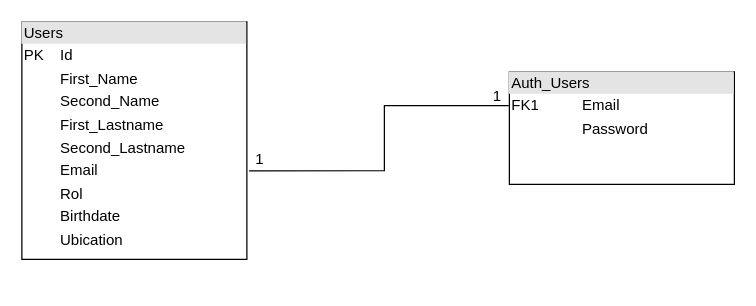
Earlier version of the draw.io diagram Base de datos/Relacional_Auth_Users.drawio (moises-ph/Nodens-documentacion). Source tidied: cells renumbered, new cells numbered last; positions are measured from the earlier drawing's top-left corner, leaving out a move shared by most shapes. Both pictures are drawn from the tidied source at 125%, with x=0, y=0 at pixel (21, 21).
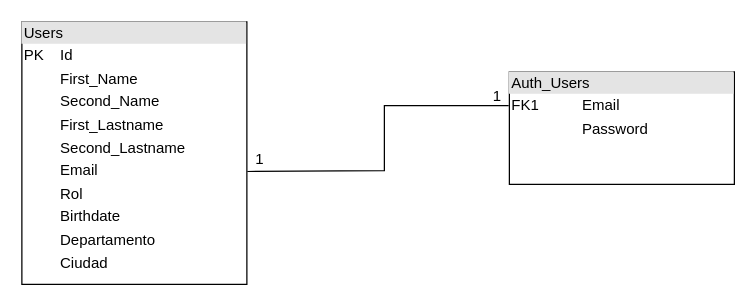
After the change.

Diff of the diagram source:
```diff
@@
 <mxGraphModel>
   <root>
     <mxCell id="0" />
     <mxCell id="1" parent="0" />
-    <mxCell id="2" value="&lt;div style=&quot;box-sizing:border-box;width:100%;background:#e4e4e4;padding:2px;&quot;&gt;Users&lt;/div&gt;&lt;table style=&quot;width:100%;font-size:1em;&quot; cellpadding=&quot;2&quot; cellspacing=&quot;0&quot;&gt;&lt;tbody&gt;&lt;tr&gt;&lt;td&gt;PK&lt;/td&gt;&lt;td&gt;Id&lt;/td&gt;&lt;/tr&gt;&lt;tr&gt;&lt;td&gt;&lt;br&gt;&lt;/td&gt;&lt;td&gt;First_Name&lt;/td&gt;&lt;/tr&gt;&lt;tr&gt;&lt;td&gt;&lt;/td&gt;&lt;td&gt;Second_Name&lt;br&gt;&lt;/td&gt;&lt;/tr&gt;&lt;tr&gt;&lt;td&gt;&lt;br&gt;&lt;/td&gt;&lt;td&gt;First_Lastname&lt;br&gt;&lt;/td&gt;&lt;/tr&gt;&lt;tr&gt;&lt;td&gt;&lt;br&gt;&lt;/td&gt;&lt;td&gt;Second_Lastname&lt;/td&gt;&lt;/tr&gt;&lt;tr&gt;&lt;td&gt;&lt;br&gt;&lt;/td&gt;&lt;td&gt;Email&lt;/td&gt;&lt;/tr&gt;&lt;tr&gt;&lt;td&gt;&lt;br&gt;&lt;/td&gt;&lt;td&gt;Rol&lt;/td&gt;&lt;/tr&gt;&lt;tr&gt;&lt;td&gt;&lt;br&gt;&lt;/td&gt;&lt;td&gt;Birthdate&lt;/td&gt;&lt;/tr&gt;&lt;tr&gt;&lt;td&gt;&lt;br&gt;&lt;/td&gt;&lt;td&gt;Ubication&lt;/td&gt;&lt;/tr&gt;&lt;/tbody&gt;&lt;/table&gt;" style="verticalAlign=top;align=left;overflow=fill;html=1;" parent="1" vertex="1">
-      <mxGeometry width="180" height="190" as="geometry" />
+    <mxCell id="2" value="&lt;div style=&quot;box-sizing:border-box;width:100%;background:#e4e4e4;padding:2px;&quot;&gt;Users&lt;/div&gt;&lt;table style=&quot;width:100%;font-size:1em;&quot; cellpadding=&quot;2&quot; cellspacing=&quot;0&quot;&gt;&lt;tbody&gt;&lt;tr&gt;&lt;td&gt;PK&lt;/td&gt;&lt;td&gt;Id&lt;/td&gt;&lt;/tr&gt;&lt;tr&gt;&lt;td&gt;&lt;br&gt;&lt;/td&gt;&lt;td&gt;First_Name&lt;/td&gt;&lt;/tr&gt;&lt;tr&gt;&lt;td&gt;&lt;/td&gt;&lt;td&gt;Second_Name&lt;br&gt;&lt;/td&gt;&lt;/tr&gt;&lt;tr&gt;&lt;td&gt;&lt;br&gt;&lt;/td&gt;&lt;td&gt;First_Lastname&lt;br&gt;&lt;/td&gt;&lt;/tr&gt;&lt;tr&gt;&lt;td&gt;&lt;br&gt;&lt;/td&gt;&lt;td&gt;Second_Lastname&lt;/td&gt;&lt;/tr&gt;&lt;tr&gt;&lt;td&gt;&lt;br&gt;&lt;/td&gt;&lt;td&gt;Email&lt;/td&gt;&lt;/tr&gt;&lt;tr&gt;&lt;td&gt;&lt;br&gt;&lt;/td&gt;&lt;td&gt;Rol&lt;/td&gt;&lt;/tr&gt;&lt;tr&gt;&lt;td&gt;&lt;br&gt;&lt;/td&gt;&lt;td&gt;Birthdate&lt;/td&gt;&lt;/tr&gt;&lt;tr&gt;&lt;td&gt;&lt;br&gt;&lt;/td&gt;&lt;td&gt;Departamento&lt;/td&gt;&lt;/tr&gt;&lt;tr&gt;&lt;td&gt;&lt;br&gt;&lt;/td&gt;&lt;td&gt;Ciudad&lt;/td&gt;&lt;/tr&gt;&lt;/tbody&gt;&lt;/table&gt;" style="verticalAlign=top;align=left;overflow=fill;html=1;" parent="1" vertex="1">
+      <mxGeometry width="180" height="210" as="geometry" />
     </mxCell>
     <mxCell id="3" value="&lt;div style=&quot;box-sizing:border-box;width:100%;background:#e4e4e4;padding:2px;&quot;&gt;Auth_Users&lt;/div&gt;&lt;table style=&quot;width:100%;font-size:1em;&quot; cellpadding=&quot;2&quot; cellspacing=&quot;0&quot;&gt;&lt;tbody&gt;&lt;tr&gt;&lt;td&gt;FK1&lt;/td&gt;&lt;td&gt;Email&lt;/td&gt;&lt;/tr&gt;&lt;tr&gt;&lt;td&gt;&lt;br&gt;&lt;/td&gt;&lt;td&gt;Password&lt;/td&gt;&lt;/tr&gt;&lt;/tbody&gt;&lt;/table&gt;" style="verticalAlign=top;align=left;overflow=fill;html=1;" parent="1" vertex="1">
       <mxGeometry x="390" y="40" width="180" height="90" as="geometry" />
     </mxCell>
-    <mxCell id="4" style="endArrow=none;html=1;rounded=0;exitX=1.01;exitY=0.627;exitDx=0;exitDy=0;exitPerimeter=0;entryX=-0.003;entryY=0.301;entryDx=0;entryDy=0;entryPerimeter=0;" parent="1" edge="1" source="2" target="3">
+    <mxCell id="4" style="endArrow=none;html=1;rounded=0;exitX=1.002;exitY=0.57;exitDx=0;exitDy=0;exitPerimeter=0;entryX=-0.003;entryY=0.301;entryDx=0;entryDy=0;entryPerimeter=0;" parent="1" edge="1" source="2" target="3">
       <mxGeometry relative="1" as="geometry">
         <Array as="points">
           <mxPoint x="290" y="119" />
           <mxPoint x="290" y="67" />
         </Array>
       </mxGeometry>
     </mxCell>
     <mxCell id="5" value="1" style="text;html=1;align=center;verticalAlign=middle;strokeColor=none;fillColor=none;" parent="1" vertex="1">
       <mxGeometry x="175" y="95" width="30" height="30" as="geometry" />
     </mxCell>
     <mxCell id="6" value="1" style="text;html=1;align=center;verticalAlign=middle;strokeColor=none;fillColor=none;" parent="1" vertex="1">
       <mxGeometry x="365" y="45" width="30" height="30" as="geometry" />
     </mxCell>
   </root>
 </mxGraphModel>
```
